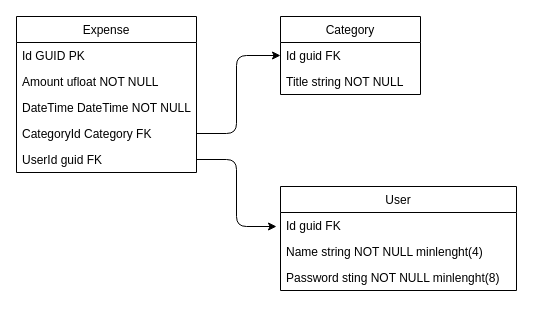
Earlier version of the draw.io diagram Diagram.drawio (de4rbe4r/ExpenseAndPoint). Source tidied: cells renumbered, new cells numbered last; positions are measured from the earlier drawing's top-left corner, leaving out a move shared by most shapes. Both pictures are drawn from the tidied source at 100%, with x=0, y=0 at pixel (16, 16).
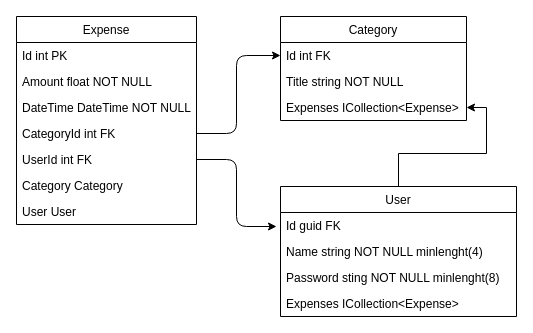
After the change.

Diff of the diagram source:
```diff
@@
     <mxCell id="2" value="Expense" style="swimlane;fontStyle=0;horizontal=1;startSize=26;" parent="1" vertex="1">
-      <mxGeometry width="180" height="156" as="geometry" />
+      <mxGeometry width="180" height="208" as="geometry" />
     </mxCell>
-    <mxCell id="3" value="Id GUID PK    " style="text;strokeColor=none;fillColor=none;align=left;verticalAlign=top;spacingLeft=4;spacingRight=4;overflow=hidden;" parent="2" vertex="1">
+    <mxCell id="3" value="Id int PK    " style="text;strokeColor=none;fillColor=none;align=left;verticalAlign=top;spacingLeft=4;spacingRight=4;overflow=hidden;" parent="2" vertex="1">
       <mxGeometry y="26" width="180" height="26" as="geometry" />
     </mxCell>
-    <mxCell id="4" value="Amount ufloat NOT NULL&#10;" style="text;strokeColor=none;fillColor=none;align=left;verticalAlign=top;spacingLeft=4;spacingRight=4;overflow=hidden;" parent="2" vertex="1">
+    <mxCell id="4" value="Amount float NOT NULL&#10;" style="text;strokeColor=none;fillColor=none;align=left;verticalAlign=top;spacingLeft=4;spacingRight=4;overflow=hidden;" parent="2" vertex="1">
       <mxGeometry y="52" width="180" height="26" as="geometry" />
     </mxCell>
@@
-    <mxCell id="6" value="CategoryId Category FK" style="text;strokeColor=none;fillColor=none;align=left;verticalAlign=top;spacingLeft=4;spacingRight=4;overflow=hidden;points=[[0,0.5],[1,0.5]];portConstraint=eastwest;" parent="2" vertex="1">
+    <mxCell id="6" value="CategoryId int FK" style="text;strokeColor=none;fillColor=none;align=left;verticalAlign=top;spacingLeft=4;spacingRight=4;overflow=hidden;points=[[0,0.5],[1,0.5]];portConstraint=eastwest;" parent="2" vertex="1">
       <mxGeometry y="104" width="180" height="26" as="geometry" />
     </mxCell>
-    <mxCell id="7" value="UserId guid FK" style="text;strokeColor=none;fillColor=none;align=left;verticalAlign=top;spacingLeft=4;spacingRight=4;overflow=hidden;points=[[0,0.5],[1,0.5]];portConstraint=eastwest;" parent="2" vertex="1">
+    <mxCell id="7" value="UserId int FK" style="text;strokeColor=none;fillColor=none;align=left;verticalAlign=top;spacingLeft=4;spacingRight=4;overflow=hidden;points=[[0,0.5],[1,0.5]];portConstraint=eastwest;" parent="2" vertex="1">
       <mxGeometry y="130" width="180" height="26" as="geometry" />
     </mxCell>
+    <mxCell id="17" value="Category Category" style="text;strokeColor=none;fillColor=none;align=left;verticalAlign=top;spacingLeft=4;spacingRight=4;overflow=hidden;" parent="2" vertex="1">
+      <mxGeometry y="156" width="180" height="26" as="geometry" />
+    </mxCell>
+    <mxCell id="18" value="User User" style="text;strokeColor=none;fillColor=none;align=left;verticalAlign=top;spacingLeft=4;spacingRight=4;overflow=hidden;" parent="2" vertex="1">
+      <mxGeometry y="182" width="180" height="26" as="geometry" />
+    </mxCell>
     <mxCell id="8" value="Category" style="swimlane;fontStyle=0;horizontal=1;startSize=26;" parent="1" vertex="1">
-      <mxGeometry x="264" width="140" height="78" as="geometry" />
+      <mxGeometry x="264" width="186" height="104" as="geometry" />
     </mxCell>
-    <mxCell id="9" value="Id guid FK" style="text;strokeColor=none;fillColor=none;align=left;verticalAlign=top;spacingLeft=4;spacingRight=4;overflow=hidden;points=[[0,0.5],[1,0.5]];portConstraint=eastwest;" parent="8" vertex="1">
-      <mxGeometry y="26" width="140" height="26" as="geometry" />
+    <mxCell id="9" value="Id int FK" style="text;strokeColor=none;fillColor=none;align=left;verticalAlign=top;spacingLeft=4;spacingRight=4;overflow=hidden;points=[[0,0.5],[1,0.5]];portConstraint=eastwest;" parent="8" vertex="1">
+      <mxGeometry y="26" width="186" height="26" as="geometry" />
     </mxCell>
     <mxCell id="10" value="Title string NOT NULL" style="text;strokeColor=none;fillColor=none;align=left;verticalAlign=top;spacingLeft=4;spacingRight=4;overflow=hidden;" parent="8" vertex="1">
-      <mxGeometry y="52" width="140" height="26" as="geometry" />
+      <mxGeometry y="52" width="186" height="26" as="geometry" />
     </mxCell>
+    <mxCell id="19" value="Expenses ICollection&lt;Expense&gt;" style="text;strokeColor=none;fillColor=none;align=left;verticalAlign=top;spacingLeft=4;spacingRight=4;overflow=hidden;points=[[0,0.5],[1,0.5]];portConstraint=eastwest;" parent="8" vertex="1">
+      <mxGeometry y="78" width="186" height="26" as="geometry" />
+    </mxCell>
@@
+    <mxCell id="20" style="edgeStyle=orthogonalEdgeStyle;rounded=0;jettySize=auto;html=1;" parent="1" edge="1" source="12" target="19">
+      <mxGeometry relative="1" as="geometry" />
+    </mxCell>
     <mxCell id="12" value="User" style="swimlane;fontStyle=0;horizontal=1;startSize=26;" parent="1" vertex="1">
-      <mxGeometry x="264" y="170" width="236" height="104" as="geometry" />
+      <mxGeometry x="264" y="170" width="236" height="130" as="geometry" />
     </mxCell>
@@
+    <mxCell id="21" value="Expenses ICollection&lt;Expense&gt;" style="text;strokeColor=none;fillColor=none;align=left;verticalAlign=top;spacingLeft=4;spacingRight=4;overflow=hidden;" parent="12" vertex="1">
+      <mxGeometry y="104" width="236" height="26" as="geometry" />
+    </mxCell>
```
